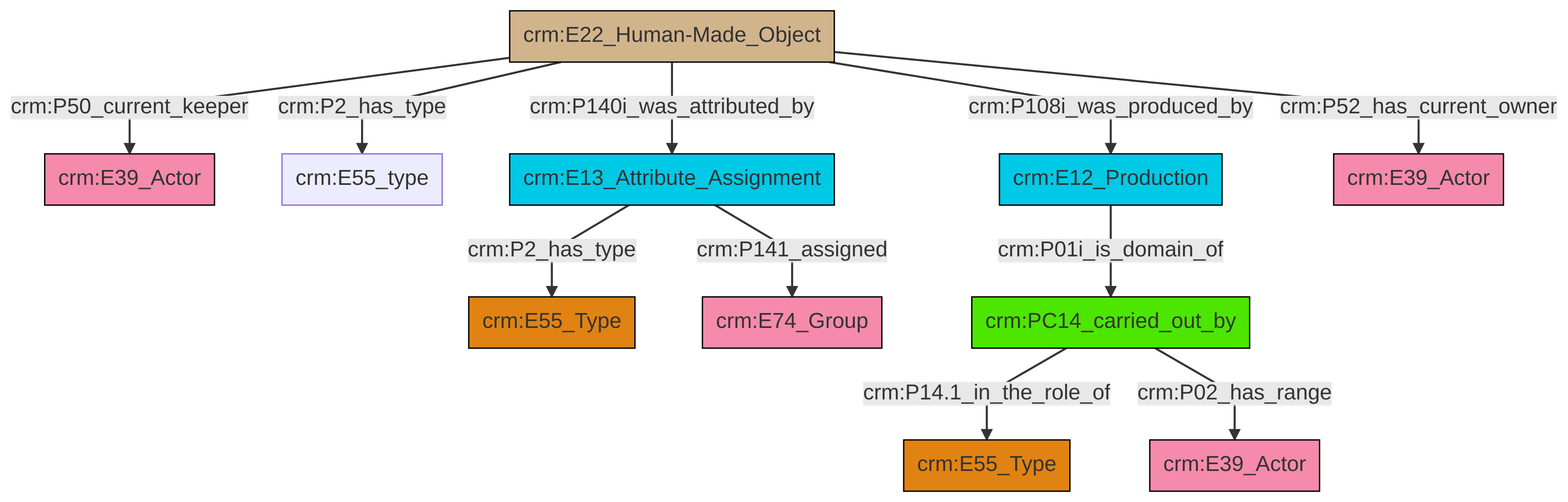
Above: et/artworkCSV/ttl/mmd/png/Artwork_Actor_Relations.png in swiss-art-research-net/reference-data-models (Mermaid), before the change. Its source is kept beside it as et/artworkCSV/ttl/mmd/Artwork_Actor_Relations.ttl.mmd. The source it was exported from:
```mermaid
graph TD
classDef Literal fill:#f2f2f2,stroke:#000000;
classDef CRM_Entity fill:#FFFFFF,stroke:#000000;
classDef Temporal_Entity fill:#00C9E6, stroke:#000000;
classDef Type fill:#E18312, stroke:#000000;
classDef Time-Span fill:#2C9C91, stroke:#000000;
classDef Appellation fill:#FFEB7F, stroke:#000000;
classDef Place fill:#008836, stroke:#000000;
classDef Persistent_Item fill:#B266B2, stroke:#000000;
classDef Conceptual_Object fill:#FFD700, stroke:#000000;
classDef Physical_Thing fill:#D2B48C, stroke:#000000;
classDef Actor fill:#f58aad, stroke:#000000;
classDef PC_Classes fill:#4ce600, stroke:#000000;
classDef Multi fill:#cccccc,stroke:#000000;

9["crm:E22_Human-Made_Object"]:::Physical_Thing -->|crm:P140i_was_attributed_by| 10["crm:E13_Attribute_Assignment"]:::Temporal_Entity
10["crm:E13_Attribute_Assignment"]:::Temporal_Entity -->|crm:P141_assigned| 15["crm:E74_Group"]:::Actor
13["crm:E12_Production"]:::Temporal_Entity -->|crm:P01i_is_domain_of| 16["crm:PC14_carried_out_by"]:::PC_Classes
10["crm:E13_Attribute_Assignment"]:::Temporal_Entity -->|crm:P2_has_type| 4["crm:E55_Type"]:::Type
9["crm:E22_Human-Made_Object"]:::Physical_Thing -->|crm:P2_has_type| 6["crm:E55_type"]:::Default
9["crm:E22_Human-Made_Object"]:::Physical_Thing -->|crm:P52_has_current_owner| 18["crm:E39_Actor"]:::Actor
9["crm:E22_Human-Made_Object"]:::Physical_Thing -->|crm:P108i_was_produced_by| 13["crm:E12_Production"]:::Temporal_Entity
16["crm:PC14_carried_out_by"]:::PC_Classes -->|crm:P14.1_in_the_role_of| 11["crm:E55_Type"]:::Type
16["crm:PC14_carried_out_by"]:::PC_Classes -->|crm:P02_has_range| 2["crm:E39_Actor"]:::Actor
9["crm:E22_Human-Made_Object"]:::Physical_Thing -->|crm:P50_current_keeper| 0["crm:E39_Actor"]:::Actor
```
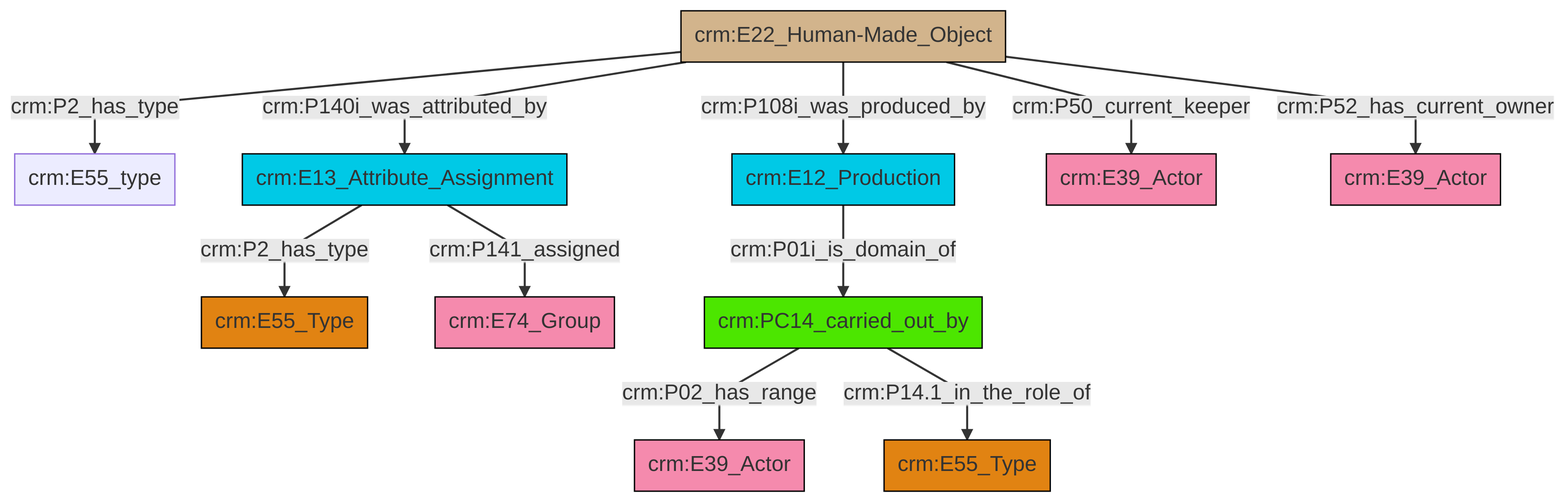
Above is the later version.

The edit, as a diff of the source:
```diff
@@ -13,13 +13,13 @@
 classDef PC_Classes fill:#4ce600, stroke:#000000;
 classDef Multi fill:#cccccc,stroke:#000000;
 
-9["crm:E22_Human-Made_Object"]:::Physical_Thing -->|crm:P140i_was_attributed_by| 10["crm:E13_Attribute_Assignment"]:::Temporal_Entity
-10["crm:E13_Attribute_Assignment"]:::Temporal_Entity -->|crm:P141_assigned| 15["crm:E74_Group"]:::Actor
-13["crm:E12_Production"]:::Temporal_Entity -->|crm:P01i_is_domain_of| 16["crm:PC14_carried_out_by"]:::PC_Classes
-10["crm:E13_Attribute_Assignment"]:::Temporal_Entity -->|crm:P2_has_type| 4["crm:E55_Type"]:::Type
-9["crm:E22_Human-Made_Object"]:::Physical_Thing -->|crm:P2_has_type| 6["crm:E55_type"]:::Default
-9["crm:E22_Human-Made_Object"]:::Physical_Thing -->|crm:P52_has_current_owner| 18["crm:E39_Actor"]:::Actor
-9["crm:E22_Human-Made_Object"]:::Physical_Thing -->|crm:P108i_was_produced_by| 13["crm:E12_Production"]:::Temporal_Entity
-16["crm:PC14_carried_out_by"]:::PC_Classes -->|crm:P14.1_in_the_role_of| 11["crm:E55_Type"]:::Type
-16["crm:PC14_carried_out_by"]:::PC_Classes -->|crm:P02_has_range| 2["crm:E39_Actor"]:::Actor
-9["crm:E22_Human-Made_Object"]:::Physical_Thing -->|crm:P50_current_keeper| 0["crm:E39_Actor"]:::Actor
+6["crm:E22_Human-Made_Object"]:::Physical_Thing -->|crm:P2_has_type| 7["crm:E55_type"]:::Default
+8["crm:E13_Attribute_Assignment"]:::Temporal_Entity -->|crm:P2_has_type| 4["crm:E55_Type"]:::Type
+11["crm:PC14_carried_out_by"]:::PC_Classes -->|crm:P02_has_range| 2["crm:E39_Actor"]:::Actor
+6["crm:E22_Human-Made_Object"]:::Physical_Thing -->|crm:P140i_was_attributed_by| 8["crm:E13_Attribute_Assignment"]:::Temporal_Entity
+6["crm:E22_Human-Made_Object"]:::Physical_Thing -->|crm:P108i_was_produced_by| 13["crm:E12_Production"]:::Temporal_Entity
+13["crm:E12_Production"]:::Temporal_Entity -->|crm:P01i_is_domain_of| 11["crm:PC14_carried_out_by"]:::PC_Classes
+6["crm:E22_Human-Made_Object"]:::Physical_Thing -->|crm:P50_current_keeper| 15["crm:E39_Actor"]:::Actor
+11["crm:PC14_carried_out_by"]:::PC_Classes -->|crm:P14.1_in_the_role_of| 9["crm:E55_Type"]:::Type
+6["crm:E22_Human-Made_Object"]:::Physical_Thing -->|crm:P52_has_current_owner| 0["crm:E39_Actor"]:::Actor
+8["crm:E13_Attribute_Assignment"]:::Temporal_Entity -->|crm:P141_assigned| 18["crm:E74_Group"]:::Actor
```
